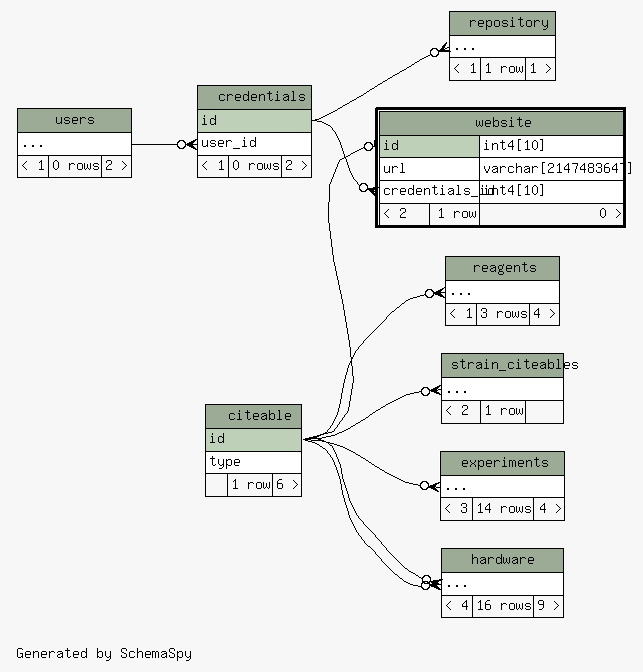
This is database/ss/diagrams/website.2degrees.png from tgbugs/mlab, a Graphviz export, as it was before one commit. Its source is kept beside it as database/ss/diagrams/website.2degrees.dot. Its diagram source:
```dot
digraph "twoDegreesRelationshipsDiagram" {
  graph [
    rankdir="RL"
    bgcolor="#f7f7f7"
    label="\nGenerated by SchemaSpy"
    labeljust="l"
    nodesep="0.18"
    ranksep="0.46"
    fontname="Helvetica"
    fontsize="11"
  ];
  node [
    fontname="Helvetica"
    fontsize="11"
    shape="plaintext"
  ];
  edge [
    arrowsize="0.8"
  ];
  "credentials":"user_id":w -> "users":"elipses":e [arrowhead=none dir=back arrowtail=crowodot];
  "experiments":"elipses":w -> "citeable":"id":e [arrowhead=none dir=back arrowtail=crowodot];
  "hardware":"elipses":w -> "citeable":"id":e [arrowhead=none dir=back arrowtail=crowodot];
  "hardware":"elipses":w -> "citeable":"id":e [arrowhead=none dir=back arrowtail=crowodot];
  "reagents":"elipses":w -> "citeable":"id":e [arrowhead=none dir=back arrowtail=crowodot];
  "repository":"elipses":w -> "credentials":"id":e [arrowhead=none dir=back arrowtail=crowodot];
  "strain_citeables":"elipses":w -> "citeable":"id":e [arrowhead=none dir=back arrowtail=crowodot];
  "website":"credentials_id":w -> "credentials":"id":e [arrowhead=none dir=back arrowtail=crowodot];
  "website":"id":w -> "citeable":"id":e [arrowhead=none dir=back arrowtail=teeodot];
  "citeable" [
    label=<
    <TABLE BORDER="0" CELLBORDER="1" CELLSPACING="0" BGCOLOR="#ffffff">
      <TR><TD COLSPAN="3" BGCOLOR="#9bab96" ALIGN="CENTER">citeable</TD></TR>
      <TR><TD PORT="id" COLSPAN="3" BGCOLOR="#bed1b8" ALIGN="LEFT">id</TD></TR>
      <TR><TD PORT="type" COLSPAN="3" ALIGN="LEFT">type</TD></TR>
      <TR><TD ALIGN="LEFT" BGCOLOR="#f7f7f7">  </TD><TD ALIGN="RIGHT" BGCOLOR="#f7f7f7">1 row</TD><TD ALIGN="RIGHT" BGCOLOR="#f7f7f7">6 &gt;</TD></TR>
    </TABLE>>
    URL="citeable.html"
    tooltip="citeable"
  ];
  "credentials" [
    label=<
    <TABLE BORDER="0" CELLBORDER="1" CELLSPACING="0" BGCOLOR="#ffffff">
      <TR><TD COLSPAN="3" BGCOLOR="#9bab96" ALIGN="CENTER">credentials</TD></TR>
      <TR><TD PORT="id" COLSPAN="3" BGCOLOR="#bed1b8" ALIGN="LEFT">id</TD></TR>
      <TR><TD PORT="user_id" COLSPAN="3" ALIGN="LEFT">user_id</TD></TR>
      <TR><TD ALIGN="LEFT" BGCOLOR="#f7f7f7">&lt; 1</TD><TD ALIGN="RIGHT" BGCOLOR="#f7f7f7">0 rows</TD><TD ALIGN="RIGHT" BGCOLOR="#f7f7f7">2 &gt;</TD></TR>
    </TABLE>>
    URL="credentials.html"
    tooltip="credentials"
  ];
  "experiments" [
    label=<
    <TABLE BORDER="0" CELLBORDER="1" CELLSPACING="0" BGCOLOR="#ffffff">
      <TR><TD COLSPAN="3" BGCOLOR="#9bab96" ALIGN="CENTER">experiments</TD></TR>
      <TR><TD PORT="elipses" COLSPAN="3" ALIGN="LEFT">...</TD></TR>
      <TR><TD ALIGN="LEFT" BGCOLOR="#f7f7f7">&lt; 3</TD><TD ALIGN="RIGHT" BGCOLOR="#f7f7f7">14 rows</TD><TD ALIGN="RIGHT" BGCOLOR="#f7f7f7">4 &gt;</TD></TR>
    </TABLE>>
    URL="experiments.html"
    tooltip="experiments"
  ];
  "hardware" [
    label=<
    <TABLE BORDER="0" CELLBORDER="1" CELLSPACING="0" BGCOLOR="#ffffff">
      <TR><TD COLSPAN="3" BGCOLOR="#9bab96" ALIGN="CENTER">hardware</TD></TR>
      <TR><TD PORT="elipses" COLSPAN="3" ALIGN="LEFT">...</TD></TR>
      <TR><TD ALIGN="LEFT" BGCOLOR="#f7f7f7">&lt; 4</TD><TD ALIGN="RIGHT" BGCOLOR="#f7f7f7">16 rows</TD><TD ALIGN="RIGHT" BGCOLOR="#f7f7f7">9 &gt;</TD></TR>
    </TABLE>>
    URL="hardware.html"
    tooltip="hardware"
  ];
  "reagents" [
    label=<
    <TABLE BORDER="0" CELLBORDER="1" CELLSPACING="0" BGCOLOR="#ffffff">
      <TR><TD COLSPAN="3" BGCOLOR="#9bab96" ALIGN="CENTER">reagents</TD></TR>
      <TR><TD PORT="elipses" COLSPAN="3" ALIGN="LEFT">...</TD></TR>
      <TR><TD ALIGN="LEFT" BGCOLOR="#f7f7f7">&lt; 1</TD><TD ALIGN="RIGHT" BGCOLOR="#f7f7f7">3 rows</TD><TD ALIGN="RIGHT" BGCOLOR="#f7f7f7">4 &gt;</TD></TR>
    </TABLE>>
    URL="reagents.html"
    tooltip="reagents"
  ];
  "repository" [
    label=<
    <TABLE BORDER="0" CELLBORDER="1" CELLSPACING="0" BGCOLOR="#ffffff">
      <TR><TD COLSPAN="3" BGCOLOR="#9bab96" ALIGN="CENTER">repository</TD></TR>
      <TR><TD PORT="elipses" COLSPAN="3" ALIGN="LEFT">...</TD></TR>
      <TR><TD ALIGN="LEFT" BGCOLOR="#f7f7f7">&lt; 1</TD><TD ALIGN="RIGHT" BGCOLOR="#f7f7f7">1 row</TD><TD ALIGN="RIGHT" BGCOLOR="#f7f7f7">1 &gt;</TD></TR>
    </TABLE>>
    URL="repository.html"
    tooltip="repository"
  ];
  "strain_citeables" [
    label=<
    <TABLE BORDER="0" CELLBORDER="1" CELLSPACING="0" BGCOLOR="#ffffff">
      <TR><TD COLSPAN="3" BGCOLOR="#9bab96" ALIGN="CENTER">strain_citeables</TD></TR>
      <TR><TD PORT="elipses" COLSPAN="3" ALIGN="LEFT">...</TD></TR>
      <TR><TD ALIGN="LEFT" BGCOLOR="#f7f7f7">&lt; 2</TD><TD ALIGN="RIGHT" BGCOLOR="#f7f7f7">1 row</TD><TD ALIGN="RIGHT" BGCOLOR="#f7f7f7">  </TD></TR>
    </TABLE>>
    URL="strain_citeables.html"
    tooltip="strain_citeables"
  ];
  "users" [
    label=<
    <TABLE BORDER="0" CELLBORDER="1" CELLSPACING="0" BGCOLOR="#ffffff">
      <TR><TD COLSPAN="3" BGCOLOR="#9bab96" ALIGN="CENTER">users</TD></TR>
      <TR><TD PORT="elipses" COLSPAN="3" ALIGN="LEFT">...</TD></TR>
      <TR><TD ALIGN="LEFT" BGCOLOR="#f7f7f7">&lt; 1</TD><TD ALIGN="RIGHT" BGCOLOR="#f7f7f7">0 rows</TD><TD ALIGN="RIGHT" BGCOLOR="#f7f7f7">2 &gt;</TD></TR>
    </TABLE>>
    URL="users.html"
    tooltip="users"
  ];
  "website" [
    label=<
    <TABLE BORDER="2" CELLBORDER="1" CELLSPACING="0" BGCOLOR="#ffffff">
      <TR><TD COLSPAN="3" BGCOLOR="#9bab96" ALIGN="CENTER">website</TD></TR>
      <TR><TD PORT="id" COLSPAN="2" BGCOLOR="#bed1b8" ALIGN="LEFT">id</TD><TD PORT="id.type" ALIGN="LEFT">int4[10]</TD></TR>
      <TR><TD PORT="url" COLSPAN="2" ALIGN="LEFT">url</TD><TD PORT="url.type" ALIGN="LEFT">varchar[2147483647]</TD></TR>
      <TR><TD PORT="credentials_id" COLSPAN="2" ALIGN="LEFT">credentials_id</TD><TD PORT="credentials_id.type" ALIGN="LEFT">int4[10]</TD></TR>
      <TR><TD ALIGN="LEFT" BGCOLOR="#f7f7f7">&lt; 2</TD><TD ALIGN="RIGHT" BGCOLOR="#f7f7f7">1 row</TD><TD ALIGN="RIGHT" BGCOLOR="#f7f7f7">0 &gt;</TD></TR>
    </TABLE>>
    URL="website.html"
    tooltip="website"
  ];
}
```
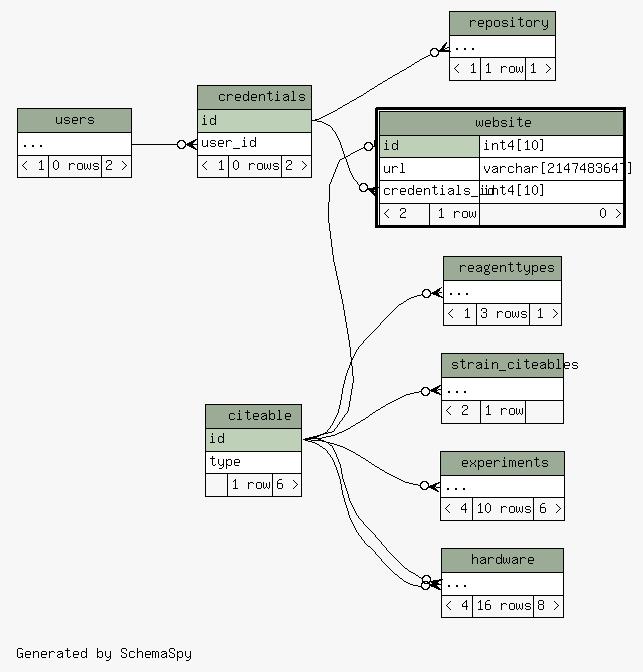
Above is the later version.

Diff of the diagram source:
```diff
@@ -21,7 +21,7 @@
   "experiments":"elipses":w -> "citeable":"id":e [arrowhead=none dir=back arrowtail=crowodot];
   "hardware":"elipses":w -> "citeable":"id":e [arrowhead=none dir=back arrowtail=crowodot];
   "hardware":"elipses":w -> "citeable":"id":e [arrowhead=none dir=back arrowtail=crowodot];
-  "reagents":"elipses":w -> "citeable":"id":e [arrowhead=none dir=back arrowtail=crowodot];
+  "reagenttypes":"elipses":w -> "citeable":"id":e [arrowhead=none dir=back arrowtail=crowodot];
   "repository":"elipses":w -> "credentials":"id":e [arrowhead=none dir=back arrowtail=crowodot];
   "strain_citeables":"elipses":w -> "citeable":"id":e [arrowhead=none dir=back arrowtail=crowodot];
   "website":"credentials_id":w -> "credentials":"id":e [arrowhead=none dir=back arrowtail=crowodot];
@@ -53,7 +53,7 @@
     <TABLE BORDER="0" CELLBORDER="1" CELLSPACING="0" BGCOLOR="#ffffff">
       <TR><TD COLSPAN="3" BGCOLOR="#9bab96" ALIGN="CENTER">experiments</TD></TR>
       <TR><TD PORT="elipses" COLSPAN="3" ALIGN="LEFT">...</TD></TR>
-      <TR><TD ALIGN="LEFT" BGCOLOR="#f7f7f7">&lt; 3</TD><TD ALIGN="RIGHT" BGCOLOR="#f7f7f7">14 rows</TD><TD ALIGN="RIGHT" BGCOLOR="#f7f7f7">4 &gt;</TD></TR>
+      <TR><TD ALIGN="LEFT" BGCOLOR="#f7f7f7">&lt; 4</TD><TD ALIGN="RIGHT" BGCOLOR="#f7f7f7">10 rows</TD><TD ALIGN="RIGHT" BGCOLOR="#f7f7f7">6 &gt;</TD></TR>
     </TABLE>>
     URL="experiments.html"
     tooltip="experiments"
@@ -63,20 +63,20 @@
     <TABLE BORDER="0" CELLBORDER="1" CELLSPACING="0" BGCOLOR="#ffffff">
       <TR><TD COLSPAN="3" BGCOLOR="#9bab96" ALIGN="CENTER">hardware</TD></TR>
       <TR><TD PORT="elipses" COLSPAN="3" ALIGN="LEFT">...</TD></TR>
-      <TR><TD ALIGN="LEFT" BGCOLOR="#f7f7f7">&lt; 4</TD><TD ALIGN="RIGHT" BGCOLOR="#f7f7f7">16 rows</TD><TD ALIGN="RIGHT" BGCOLOR="#f7f7f7">9 &gt;</TD></TR>
+      <TR><TD ALIGN="LEFT" BGCOLOR="#f7f7f7">&lt; 4</TD><TD ALIGN="RIGHT" BGCOLOR="#f7f7f7">16 rows</TD><TD ALIGN="RIGHT" BGCOLOR="#f7f7f7">8 &gt;</TD></TR>
     </TABLE>>
     URL="hardware.html"
     tooltip="hardware"
   ];
-  "reagents" [
+  "reagenttypes" [
     label=<
     <TABLE BORDER="0" CELLBORDER="1" CELLSPACING="0" BGCOLOR="#ffffff">
-      <TR><TD COLSPAN="3" BGCOLOR="#9bab96" ALIGN="CENTER">reagents</TD></TR>
+      <TR><TD COLSPAN="3" BGCOLOR="#9bab96" ALIGN="CENTER">reagenttypes</TD></TR>
       <TR><TD PORT="elipses" COLSPAN="3" ALIGN="LEFT">...</TD></TR>
-      <TR><TD ALIGN="LEFT" BGCOLOR="#f7f7f7">&lt; 1</TD><TD ALIGN="RIGHT" BGCOLOR="#f7f7f7">3 rows</TD><TD ALIGN="RIGHT" BGCOLOR="#f7f7f7">4 &gt;</TD></TR>
+      <TR><TD ALIGN="LEFT" BGCOLOR="#f7f7f7">&lt; 1</TD><TD ALIGN="RIGHT" BGCOLOR="#f7f7f7">3 rows</TD><TD ALIGN="RIGHT" BGCOLOR="#f7f7f7">1 &gt;</TD></TR>
     </TABLE>>
-    URL="reagents.html"
-    tooltip="reagents"
+    URL="reagenttypes.html"
+    tooltip="reagenttypes"
   ];
   "repository" [
     label=<
```
